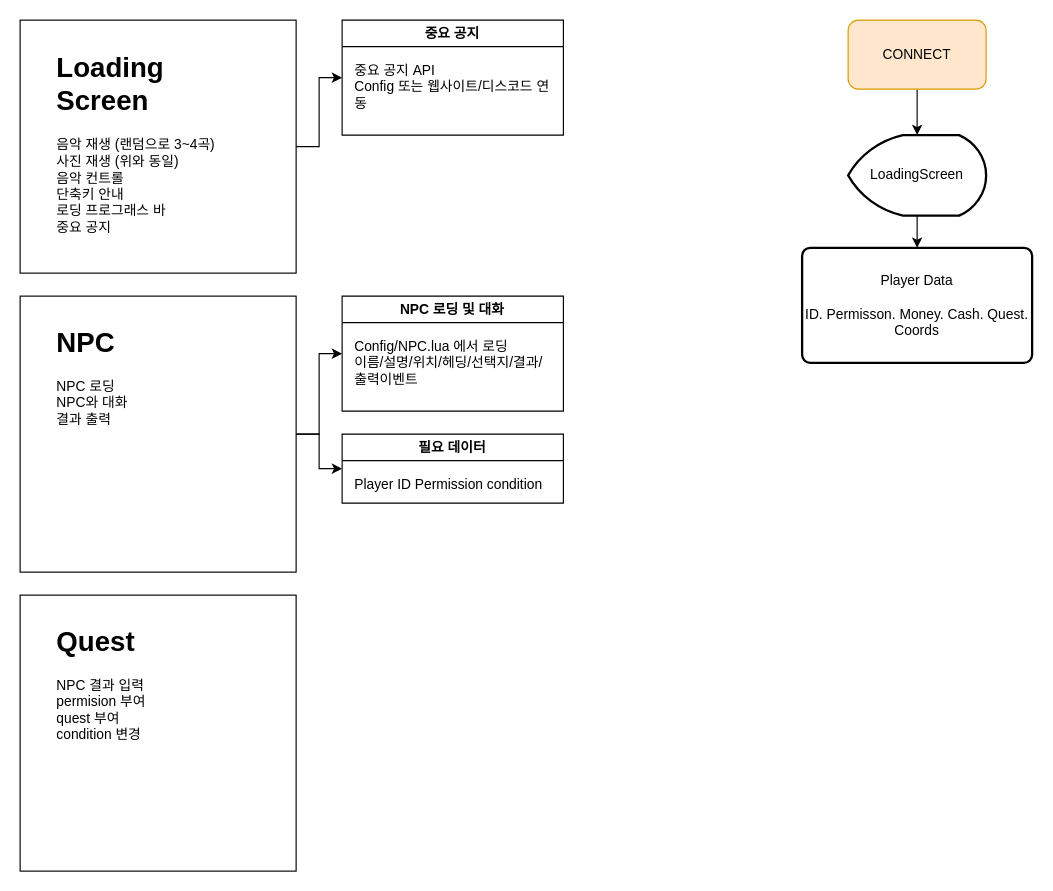
Above: Server-Logic.drawio in podo24/ServerDocs (draw.io), before the change. Source tidied: cells renumbered, new cells numbered last; positions are measured from the earlier drawing's top-left corner, leaving out a move shared by most shapes. Both pictures are drawn from the tidied source at 115%, with x=0, y=0 at pixel (20, 20).
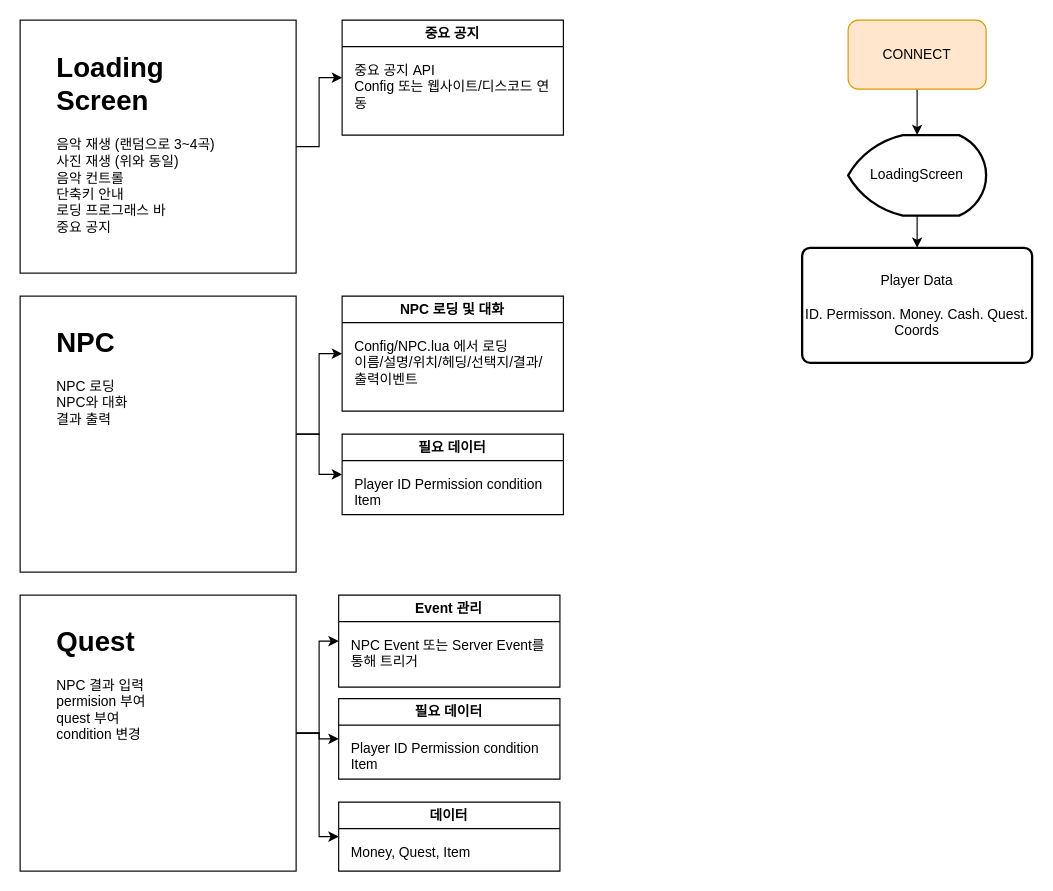
After the change.

The change refers to these unchanged cells:
```xml
<mxCell id="20" style="whiteSpace=wrap;html=1;" parent="1" vertex="1">
  <mxGeometry y="500" width="240" height="240" as="geometry" />
</mxCell>
```

Diff of the diagram source:
```diff
@@
     <mxCell id="13" value="필요 데이터" style="swimlane;whiteSpace=wrap;html=1;" parent="1" vertex="1">
-      <mxGeometry x="280" y="360" width="192.4" height="60" as="geometry" />
+      <mxGeometry x="280" y="360" width="192.4" height="70" as="geometry" />
     </mxCell>
-    <mxCell id="14" value="&lt;div style=&quot;&quot;&gt;Player ID Permission&amp;nbsp;condition&lt;/div&gt;" style="text;html=1;strokeColor=none;fillColor=none;align=left;verticalAlign=top;whiteSpace=wrap;rounded=0;" parent="13" vertex="1">
+    <mxCell id="14" value="&lt;div style=&quot;&quot;&gt;Player ID Permission&amp;nbsp;condition Item&lt;/div&gt;" style="text;html=1;strokeColor=none;fillColor=none;align=left;verticalAlign=top;whiteSpace=wrap;rounded=0;" parent="13" vertex="1">
       <mxGeometry x="9.2" y="30" width="174" height="30" as="geometry" />
     </mxCell>
@@
+    <mxCell id="22" style="edgeStyle=orthogonalEdgeStyle;rounded=0;jettySize=auto;html=1;exitX=1;exitY=0.5;exitDx=0;exitDy=0;" parent="1" edge="1" source="20" target="25">
+      <mxGeometry relative="1" as="geometry" />
+    </mxCell>
+    <mxCell id="23" style="edgeStyle=orthogonalEdgeStyle;rounded=0;jettySize=auto;html=1;exitX=1;exitY=0.5;exitDx=0;exitDy=0;" parent="1" edge="1" source="20" target="27">
+      <mxGeometry relative="1" as="geometry" />
+    </mxCell>
+    <mxCell id="24" style="edgeStyle=orthogonalEdgeStyle;rounded=0;jettySize=auto;html=1;exitX=1;exitY=0.5;exitDx=0;exitDy=0;" parent="1" edge="1" source="20" target="29">
+      <mxGeometry relative="1" as="geometry" />
+    </mxCell>
@@
+    <mxCell id="25" value="Event 관리" style="swimlane;whiteSpace=wrap;html=1;" parent="1" vertex="1">
+      <mxGeometry x="277" y="500" width="192.4" height="80" as="geometry" />
+    </mxCell>
+    <mxCell id="26" value="&lt;div style=&quot;&quot;&gt;NPC Event 또는 Server Event를 통해 트리거&lt;/div&gt;" style="text;html=1;strokeColor=none;fillColor=none;align=left;verticalAlign=top;whiteSpace=wrap;rounded=0;" parent="25" vertex="1">
+      <mxGeometry x="9.2" y="30" width="174" height="40" as="geometry" />
+    </mxCell>
+    <mxCell id="27" value="필요 데이터" style="swimlane;whiteSpace=wrap;html=1;" parent="1" vertex="1">
+      <mxGeometry x="277" y="590" width="192.4" height="70" as="geometry" />
+    </mxCell>
+    <mxCell id="28" value="&lt;div style=&quot;&quot;&gt;Player ID Permission&amp;nbsp;condition Item&lt;/div&gt;" style="text;html=1;strokeColor=none;fillColor=none;align=left;verticalAlign=top;whiteSpace=wrap;rounded=0;" parent="27" vertex="1">
+      <mxGeometry x="9.2" y="30" width="174" height="30" as="geometry" />
+    </mxCell>
+    <mxCell id="29" value="데이터" style="swimlane;whiteSpace=wrap;html=1;" parent="1" vertex="1">
+      <mxGeometry x="277" y="680" width="192.4" height="60" as="geometry" />
+    </mxCell>
+    <mxCell id="30" value="&lt;div style=&quot;&quot;&gt;Money, Quest, Item&lt;/div&gt;" style="text;html=1;strokeColor=none;fillColor=none;align=left;verticalAlign=top;whiteSpace=wrap;rounded=0;" parent="29" vertex="1">
+      <mxGeometry x="9.2" y="30" width="174" height="30" as="geometry" />
+    </mxCell>
```
